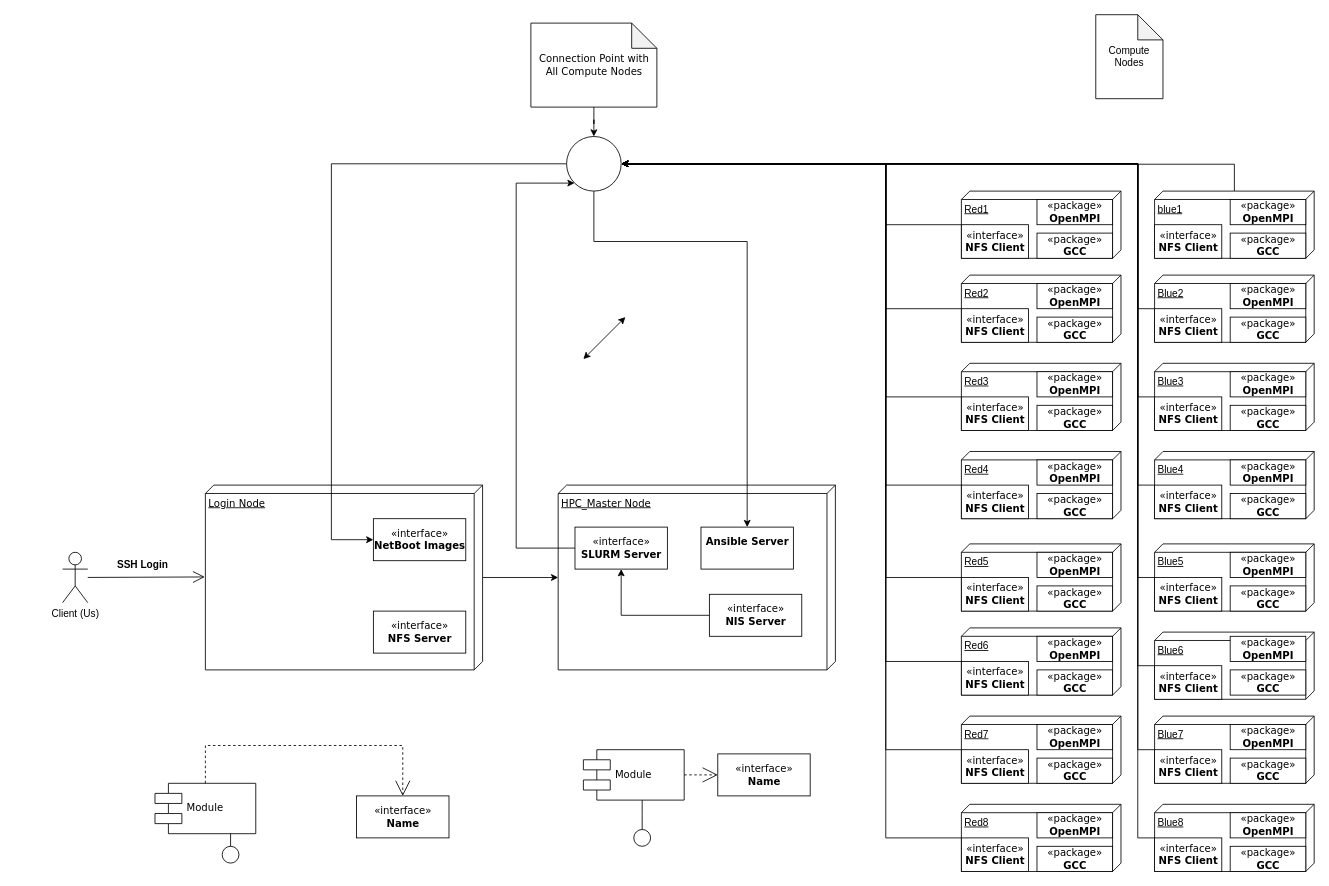
JohnnyPol/Pi_Cluster-ECE_NTUA_2024-2025 keeps this draw.io diagram as Deployment_Diagram_HPC_Raspberry_PI.drawio. Above is the earlier version. Source tidied: cells renumbered, new cells numbered last; positions are measured from the earlier drawing's top-left corner, leaving out a move shared by most shapes. Both pictures are drawn from the tidied source at 84%, with x=0, y=0 at pixel (62, 14).
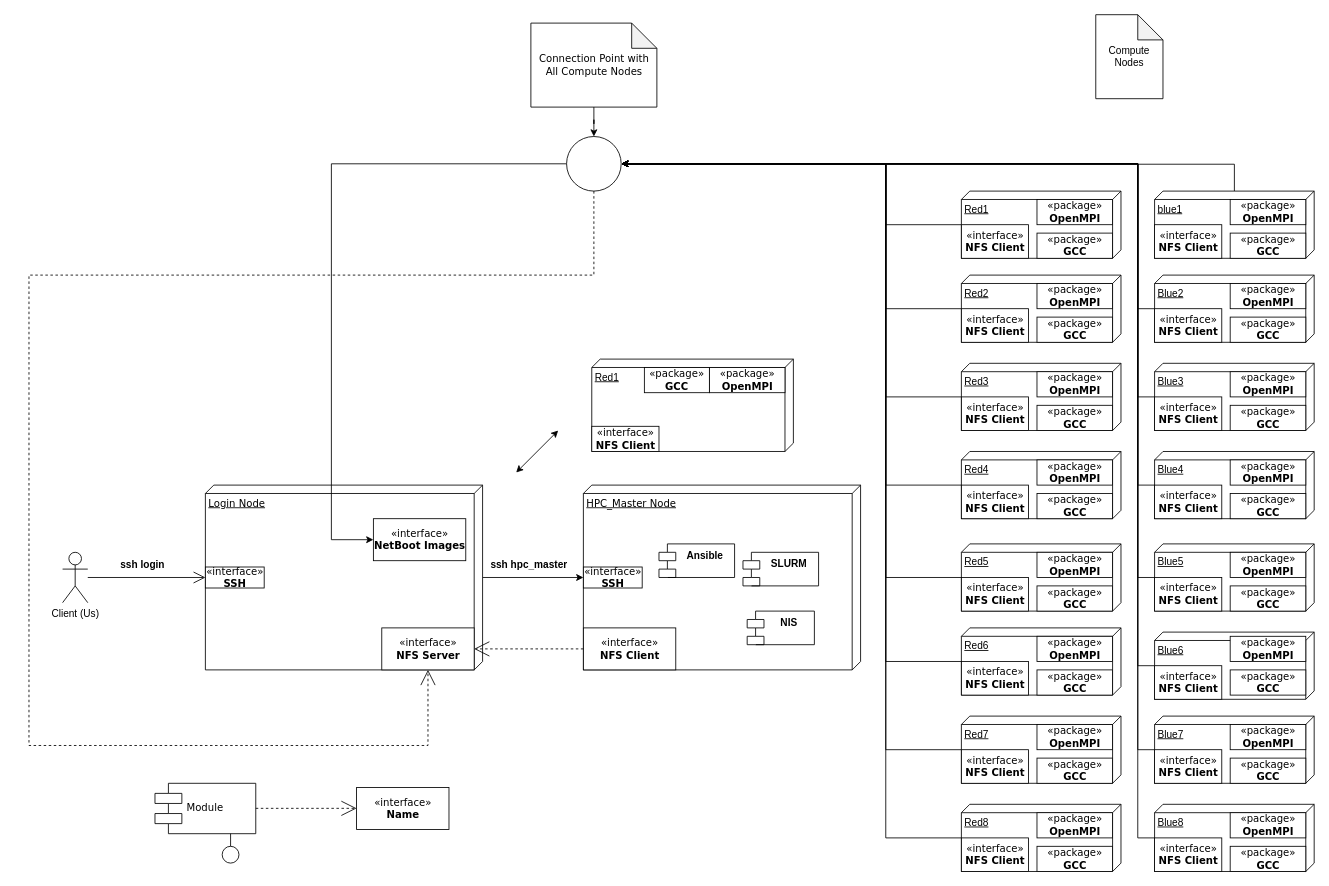
After the change.

Commit message:
Minor changes on the deployment diagram

The change refers to these unchanged cells:
```xml
<mxCell id="3" value="Login Node" style="verticalAlign=top;align=left;spacingTop=8;spacingLeft=2;spacingRight=12;shape=cube;size=10;direction=south;fontStyle=4;html=1;rounded=0;shadow=0;comic=0;labelBackgroundColor=none;strokeWidth=1;fontFamily=Verdana;fontSize=12;" parent="1" vertex="1">
  <mxGeometry x="170" y="560" width="330" height="220" as="geometry" />
</mxCell>
<mxCell id="6" value="Module" style="shape=component;align=left;spacingLeft=36;rounded=0;shadow=0;comic=0;labelBackgroundColor=none;strokeWidth=1;fontFamily=Verdana;fontSize=12;html=1;" parent="1" vertex="1">
  <mxGeometry x="110" y="915" width="120" height="60" as="geometry" />
</mxCell>
<mxCell id="15" value="Client (Us)" style="shape=umlActor;verticalLabelPosition=bottom;verticalAlign=top;html=1;outlineConnect=0;" parent="1" vertex="1">
  <mxGeometry y="640" width="30" height="60" as="geometry" />
</mxCell>
<mxCell id="108" style="ellipse;whiteSpace=wrap;html=1;rounded=0;shadow=0;comic=0;labelBackgroundColor=none;strokeWidth=1;fontFamily=Verdana;fontSize=12;align=center;" parent="1" vertex="1">
  <mxGeometry x="600" y="145" width="65" height="65" as="geometry" />
</mxCell>
```

What changed in the source:
```diff
@@
-    <mxCell id="2" style="edgeStyle=orthogonalEdgeStyle;rounded=0;jettySize=auto;html=1;fontFamily=Verdana;fontSize=12;fontColor=default;labelBackgroundColor=none;" parent="1" edge="1" source="3" target="4">
+    <mxCell id="2" style="edgeStyle=orthogonalEdgeStyle;rounded=0;jettySize=auto;html=1;fontFamily=Verdana;fontSize=12;fontColor=default;labelBackgroundColor=none;entryX=0;entryY=0.5;entryDx=0;entryDy=0;" parent="1" edge="1" source="3" target="141">
       <mxGeometry relative="1" as="geometry" />
     </mxCell>
@@
     <mxCell id="4" value="HPC_Master Node" style="verticalAlign=top;align=left;spacingTop=8;spacingLeft=2;spacingRight=12;shape=cube;size=10;direction=south;fontStyle=4;html=1;rounded=0;shadow=0;comic=0;labelBackgroundColor=none;strokeWidth=1;fontFamily=Verdana;fontSize=12;" parent="1" vertex="1">
-      <mxGeometry x="590" y="560" width="330" height="220" as="geometry" />
+      <mxGeometry x="620" y="560" width="330" height="220" as="geometry" />
     </mxCell>
     <mxCell id="5" value="&amp;laquo;interface&amp;raquo;&lt;br&gt;&lt;b&gt;Name&lt;/b&gt;" style="html=1;rounded=0;shadow=0;comic=0;labelBackgroundColor=none;strokeWidth=1;fontFamily=Verdana;fontSize=12;align=center;" parent="1" vertex="1">
-      <mxGeometry x="350" y="930" width="110" height="50" as="geometry" />
+      <mxGeometry x="350" y="920" width="110" height="50" as="geometry" />
     </mxCell>
@@
-    <mxCell id="8" value="Module" style="shape=component;align=left;spacingLeft=36;rounded=0;shadow=0;comic=0;labelBackgroundColor=none;strokeWidth=1;fontFamily=Verdana;fontSize=12;html=1;" parent="1" vertex="1">
-      <mxGeometry x="620" y="875" width="120" height="60" as="geometry" />
-    </mxCell>
-    <mxCell id="9" value="&amp;laquo;interface&amp;raquo;&lt;br&gt;&lt;b&gt;Name&lt;/b&gt;" style="html=1;rounded=0;shadow=0;comic=0;labelBackgroundColor=none;strokeWidth=1;fontFamily=Verdana;fontSize=12;align=center;" parent="1" vertex="1">
-      <mxGeometry x="780" y="880" width="110" height="50" as="geometry" />
-    </mxCell>
-    <mxCell id="10" style="ellipse;whiteSpace=wrap;html=1;rounded=0;shadow=0;comic=0;labelBackgroundColor=none;strokeWidth=1;fontFamily=Verdana;fontSize=12;align=center;" parent="1" vertex="1">
-      <mxGeometry x="680" y="970" width="20" height="20" as="geometry" />
-    </mxCell>
-    <mxCell id="11" style="edgeStyle=elbowEdgeStyle;rounded=0;html=1;labelBackgroundColor=none;startArrow=none;startFill=0;startSize=8;endArrow=none;endFill=0;endSize=16;fontFamily=Verdana;fontSize=12;" parent="1" edge="1" source="10" target="8">
-      <mxGeometry relative="1" as="geometry" />
-    </mxCell>
@@
-    <mxCell id="13" style="edgeStyle=orthogonalEdgeStyle;rounded=0;html=1;labelBackgroundColor=none;startArrow=none;startFill=0;startSize=8;endArrow=open;endFill=0;endSize=16;fontFamily=Verdana;fontSize=12;dashed=1;" parent="1" edge="1" source="6" target="5">
+    <mxCell id="13" style="edgeStyle=orthogonalEdgeStyle;rounded=0;html=1;labelBackgroundColor=none;startArrow=none;startFill=0;startSize=8;endArrow=open;endFill=0;endSize=16;fontFamily=Verdana;fontSize=12;dashed=1;" parent="1" edge="1">
       <mxGeometry relative="1" as="geometry">
+        <mxPoint x="230" y="944.8" as="sourcePoint" />
+        <mxPoint x="350" y="944.8" as="targetPoint" />
         <Array as="points">
-          <mxPoint x="170" y="870" />
-          <mxPoint x="405" y="870" />
+          <mxPoint x="290" y="944.8" />
+          <mxPoint x="290" y="944.8" />
         </Array>
       </mxGeometry>
     </mxCell>
-    <mxCell id="14" style="edgeStyle=orthogonalEdgeStyle;rounded=0;html=1;dashed=1;labelBackgroundColor=none;startArrow=none;startFill=0;startSize=8;endArrow=open;endFill=0;endSize=16;fontFamily=Verdana;fontSize=12;" parent="1" edge="1" source="8" target="9">
-      <mxGeometry relative="1" as="geometry" />
-    </mxCell>
@@
-    <mxCell id="16" style="endArrow=open;endFill=1;endSize=12;html=1;rounded=0;entryX=0.497;entryY=1.002;entryDx=0;entryDy=0;entryPerimeter=0;" parent="1" edge="1" source="15" target="3">
+    <mxCell id="16" style="endArrow=open;endFill=1;endSize=12;html=1;rounded=0;entryX=0;entryY=0.5;entryDx=0;entryDy=0;" parent="1" edge="1" source="15" target="140">
       <mxGeometry relative="1" as="geometry" />
     </mxCell>
     <mxCell id="17" value="«interface»&lt;br&gt;&lt;b&gt;NFS Server&lt;/b&gt;" style="html=1;rounded=0;shadow=0;comic=0;labelBackgroundColor=none;strokeWidth=1;fontFamily=Verdana;fontSize=12;align=center;" parent="1" vertex="1">
-      <mxGeometry x="370" y="710" width="110" height="50" as="geometry" />
+      <mxGeometry x="380" y="730" width="110" height="50" as="geometry" />
     </mxCell>
-    <mxCell id="18" value="&lt;b&gt;Ansible Server&lt;/b&gt;&lt;div&gt;&lt;br&gt;&lt;/div&gt;" style="html=1;rounded=0;shadow=0;comic=0;labelBackgroundColor=none;strokeWidth=1;fontFamily=Verdana;fontSize=12;align=center;" parent="1" vertex="1">
-      <mxGeometry x="760" y="610" width="110" height="50" as="geometry" />
-    </mxCell>
-    <mxCell id="19" style="edgeStyle=orthogonalEdgeStyle;rounded=0;jettySize=auto;html=1;entryX=0;entryY=1;entryDx=0;entryDy=0;fontFamily=Verdana;fontSize=12;fontColor=default;labelBackgroundColor=none;" parent="1" edge="1" source="20" target="108">
-      <mxGeometry relative="1" as="geometry">
-        <Array as="points">
-          <mxPoint x="540" y="635" />
-          <mxPoint x="540" y="201" />
-        </Array>
-      </mxGeometry>
-    </mxCell>
-    <mxCell id="20" value="«interface»&lt;br&gt;&lt;b&gt;SLURM Server&lt;/b&gt;" style="html=1;rounded=0;shadow=0;comic=0;labelBackgroundColor=none;strokeWidth=1;fontFamily=Verdana;fontSize=12;align=center;" parent="1" vertex="1">
-      <mxGeometry x="610" y="610" width="110" height="50" as="geometry" />
-    </mxCell>
-    <mxCell id="21" style="edgeStyle=orthogonalEdgeStyle;rounded=0;jettySize=auto;html=1;fontFamily=Verdana;fontSize=12;fontColor=default;labelBackgroundColor=none;" parent="1" edge="1" source="22" target="20">
-      <mxGeometry relative="1" as="geometry" />
-    </mxCell>
-    <mxCell id="22" value="«interface»&lt;br&gt;&lt;b&gt;NIS Server&lt;/b&gt;" style="html=1;rounded=0;shadow=0;comic=0;labelBackgroundColor=none;strokeWidth=1;fontFamily=Verdana;fontSize=12;align=center;" parent="1" vertex="1">
-      <mxGeometry x="770" y="690" width="110" height="50" as="geometry" />
-    </mxCell>
@@
-    <mxCell id="25" value="Red1&lt;div&gt;&lt;br&gt;&lt;/div&gt;" style="verticalAlign=top;align=left;spacingTop=8;spacingLeft=2;spacingRight=12;shape=cube;size=10;direction=south;fontStyle=4;html=1;whiteSpace=wrap;" parent="1" vertex="1">
-      <mxGeometry x="1070" y="210" width="190" height="80" as="geometry" />
-    </mxCell>
@@
-    <mxCell id="56" value="SSH Login" style="text;align=center;fontStyle=1;verticalAlign=middle;spacingLeft=3;spacingRight=3;strokeColor=none;html=1;" parent="1" vertex="1">
+    <mxCell id="56" value="ssh login" style="text;align=center;fontStyle=1;verticalAlign=middle;spacingLeft=3;spacingRight=3;strokeColor=none;html=1;" parent="1" vertex="1">
       <mxGeometry x="40" y="640" width="110" height="30" as="geometry" />
     </mxCell>
@@
-    <mxCell id="60" style="group;" parent="1" vertex="1">
-      <mxGeometry x="1160" y="220" width="90" height="70" as="geometry" />
-    </mxCell>
-    <mxCell id="61" value="«package»&lt;br&gt;&lt;b&gt;OpenMPI&lt;/b&gt;" style="html=1;rounded=0;shadow=0;comic=0;labelBackgroundColor=none;strokeWidth=1;fontFamily=Verdana;fontSize=12;align=center;" parent="60" vertex="1">
-      <mxGeometry width="90" height="30" as="geometry" />
-    </mxCell>
-    <mxCell id="62" value="«package»&lt;br&gt;&lt;b&gt;GCC&lt;/b&gt;" style="html=1;rounded=0;shadow=0;comic=0;labelBackgroundColor=none;strokeWidth=1;fontFamily=Verdana;fontSize=12;align=center;" parent="60" vertex="1">
-      <mxGeometry y="40" width="90" height="30" as="geometry" />
-    </mxCell>
@@
-    <mxCell id="107" style="edgeStyle=orthogonalEdgeStyle;rounded=0;jettySize=auto;html=1;fontFamily=Verdana;fontSize=12;fontColor=default;labelBackgroundColor=none;exitX=0.5;exitY=1;exitDx=0;exitDy=0;" parent="1" edge="1" source="108" target="18">
-      <mxGeometry relative="1" as="geometry">
-        <Array as="points">
-          <mxPoint x="633" y="270" />
-          <mxPoint x="815" y="270" />
-        </Array>
-      </mxGeometry>
-    </mxCell>
@@
-    <mxCell id="109" value="«interface»&lt;br&gt;&lt;b&gt;NFS Client&lt;/b&gt;" style="html=1;rounded=0;shadow=0;comic=0;labelBackgroundColor=none;strokeWidth=1;fontFamily=Verdana;fontSize=12;align=center;" parent="1" vertex="1">
-      <mxGeometry x="1070" y="250" width="80" height="40" as="geometry" />
-    </mxCell>
@@
     <mxCell id="127" style="endArrow=classic;startArrow=classic;html=1;rounded=0;fontFamily=Verdana;fontSize=12;fontColor=default;labelBackgroundColor=none;" parent="1" edge="1">
       <mxGeometry relative="1" as="geometry">
-        <mxPoint x="620" y="410" as="sourcePoint" />
-        <mxPoint x="670" y="360" as="targetPoint" />
+        <mxPoint x="540" y="545" as="sourcePoint" />
+        <mxPoint x="590" y="495" as="targetPoint" />
       </mxGeometry>
     </mxCell>
+    <mxCell id="128" value="&lt;b&gt;SLURM&lt;/b&gt;" style="shape=module;align=left;spacingLeft=20;align=center;verticalAlign=top;whiteSpace=wrap;html=1;" parent="1" vertex="1">
+      <mxGeometry x="810" y="640" width="90" height="40" as="geometry" />
+    </mxCell>
+    <mxCell id="129" value="&lt;b&gt;NIS&lt;/b&gt;" style="shape=module;align=left;spacingLeft=20;align=center;verticalAlign=top;whiteSpace=wrap;html=1;" parent="1" vertex="1">
+      <mxGeometry x="815" y="710" width="80" height="40" as="geometry" />
+    </mxCell>
+    <mxCell id="130" value="«interface»&lt;br&gt;&lt;b&gt;NFS Client&lt;/b&gt;" style="html=1;rounded=0;shadow=0;comic=0;labelBackgroundColor=none;strokeWidth=1;fontFamily=Verdana;fontSize=12;align=center;" parent="1" vertex="1">
+      <mxGeometry x="620" y="730" width="110" height="50" as="geometry" />
+    </mxCell>
+    <mxCell id="131" style="group;" parent="1" vertex="1">
+      <mxGeometry x="1070" y="210" width="190" height="80" as="geometry" />
+    </mxCell>
+    <mxCell id="25" value="Red1&lt;div&gt;&lt;br&gt;&lt;/div&gt;" style="verticalAlign=top;align=left;spacingTop=8;spacingLeft=2;spacingRight=12;shape=cube;size=10;direction=south;fontStyle=4;html=1;whiteSpace=wrap;" parent="131" vertex="1">
+      <mxGeometry width="190" height="80" as="geometry" />
+    </mxCell>
+    <mxCell id="109" value="«interface»&lt;br&gt;&lt;b&gt;NFS Client&lt;/b&gt;" style="html=1;rounded=0;shadow=0;comic=0;labelBackgroundColor=none;strokeWidth=1;fontFamily=Verdana;fontSize=12;align=center;" parent="131" vertex="1">
+      <mxGeometry y="40" width="80" height="40" as="geometry" />
+    </mxCell>
+    <mxCell id="61" value="«package»&lt;br&gt;&lt;b&gt;OpenMPI&lt;/b&gt;" style="html=1;rounded=0;shadow=0;comic=0;labelBackgroundColor=none;strokeWidth=1;fontFamily=Verdana;fontSize=12;align=center;" parent="131" vertex="1">
+      <mxGeometry x="90" y="10" width="90" height="30" as="geometry" />
+    </mxCell>
+    <mxCell id="62" value="«package»&lt;br&gt;&lt;b&gt;GCC&lt;/b&gt;" style="html=1;rounded=0;shadow=0;comic=0;labelBackgroundColor=none;strokeWidth=1;fontFamily=Verdana;fontSize=12;align=center;" parent="131" vertex="1">
+      <mxGeometry x="90" y="50" width="90" height="30" as="geometry" />
+    </mxCell>
+    <mxCell id="132" style="group;" parent="1" vertex="1">
+      <mxGeometry x="630" y="410" width="240" height="110" as="geometry" />
+    </mxCell>
+    <mxCell id="133" value="Red1&lt;div&gt;&lt;br&gt;&lt;/div&gt;" style="verticalAlign=top;align=left;spacingTop=8;spacingLeft=2;spacingRight=12;shape=cube;size=10;direction=south;fontStyle=4;html=1;whiteSpace=wrap;" parent="132" vertex="1">
+      <mxGeometry width="240" height="110" as="geometry" />
+    </mxCell>
+    <mxCell id="134" value="«interface»&lt;br&gt;&lt;b&gt;NFS Client&lt;/b&gt;" style="html=1;rounded=0;shadow=0;comic=0;labelBackgroundColor=none;strokeWidth=1;fontFamily=Verdana;fontSize=12;align=center;" parent="132" vertex="1">
+      <mxGeometry y="80" width="80" height="30" as="geometry" />
+    </mxCell>
+    <mxCell id="135" value="«package»&lt;br&gt;&lt;b&gt;OpenMPI&lt;/b&gt;" style="html=1;rounded=0;shadow=0;comic=0;labelBackgroundColor=none;strokeWidth=1;fontFamily=Verdana;fontSize=12;align=center;" parent="132" vertex="1">
+      <mxGeometry x="140" y="10" width="90" height="30" as="geometry" />
+    </mxCell>
+    <mxCell id="136" value="«package»&lt;br&gt;&lt;b&gt;GCC&lt;/b&gt;" style="html=1;rounded=0;shadow=0;comic=0;labelBackgroundColor=none;strokeWidth=1;fontFamily=Verdana;fontSize=12;align=center;" parent="132" vertex="1">
+      <mxGeometry x="62.6" y="10" width="77.4" height="30" as="geometry" />
+    </mxCell>
+    <mxCell id="137" value="&lt;b&gt;Ansible&lt;/b&gt;" style="shape=module;align=left;spacingLeft=20;align=center;verticalAlign=top;whiteSpace=wrap;html=1;" parent="1" vertex="1">
+      <mxGeometry x="710" y="630" width="90" height="40" as="geometry" />
+    </mxCell>
+    <mxCell id="138" style="edgeStyle=orthogonalEdgeStyle;rounded=0;html=1;labelBackgroundColor=none;startArrow=none;startFill=0;startSize=8;endArrow=open;endFill=0;endSize=16;fontFamily=Verdana;fontSize=12;dashed=1;exitX=0;exitY=0.5;exitDx=0;exitDy=0;entryX=1;entryY=0.5;entryDx=0;entryDy=0;" parent="1" edge="1" source="130" target="17">
+      <mxGeometry relative="1" as="geometry">
+        <Array as="points">
+          <mxPoint x="550" y="755" />
+          <mxPoint x="550" y="755" />
+        </Array>
+      </mxGeometry>
+    </mxCell>
+    <mxCell id="139" value="ssh hpc_master" style="text;align=center;fontStyle=1;verticalAlign=middle;spacingLeft=3;spacingRight=3;strokeColor=none;html=1;" parent="1" vertex="1">
+      <mxGeometry x="520" y="642.5" width="70" height="25" as="geometry" />
+    </mxCell>
+    <mxCell id="140" value="«interface»&lt;br&gt;&lt;b&gt;SSH&lt;/b&gt;" style="html=1;rounded=0;shadow=0;comic=0;labelBackgroundColor=none;strokeWidth=1;fontFamily=Verdana;fontSize=12;align=center;" parent="1" vertex="1">
+      <mxGeometry x="170" y="657.5" width="70" height="25" as="geometry" />
+    </mxCell>
+    <mxCell id="141" value="«interface»&lt;br&gt;&lt;b&gt;SSH&lt;/b&gt;" style="html=1;rounded=0;shadow=0;comic=0;labelBackgroundColor=none;strokeWidth=1;fontFamily=Verdana;fontSize=12;align=center;" parent="1" vertex="1">
+      <mxGeometry x="620" y="657.5" width="70" height="25" as="geometry" />
+    </mxCell>
+    <mxCell id="142" style="edgeStyle=orthogonalEdgeStyle;rounded=0;html=1;labelBackgroundColor=none;startArrow=none;startFill=0;startSize=8;endArrow=open;endFill=0;endSize=16;fontFamily=Verdana;fontSize=12;dashed=1;exitX=0.5;exitY=1;exitDx=0;exitDy=0;entryX=0.5;entryY=1;entryDx=0;entryDy=0;" parent="1" edge="1" source="108" target="17">
+      <mxGeometry relative="1" as="geometry">
+        <Array as="points">
+          <mxPoint x="633" y="310" />
+          <mxPoint x="-40" y="310" />
+          <mxPoint x="-40" y="870" />
+          <mxPoint x="435" y="870" />
+        </Array>
+      </mxGeometry>
+    </mxCell>
```
